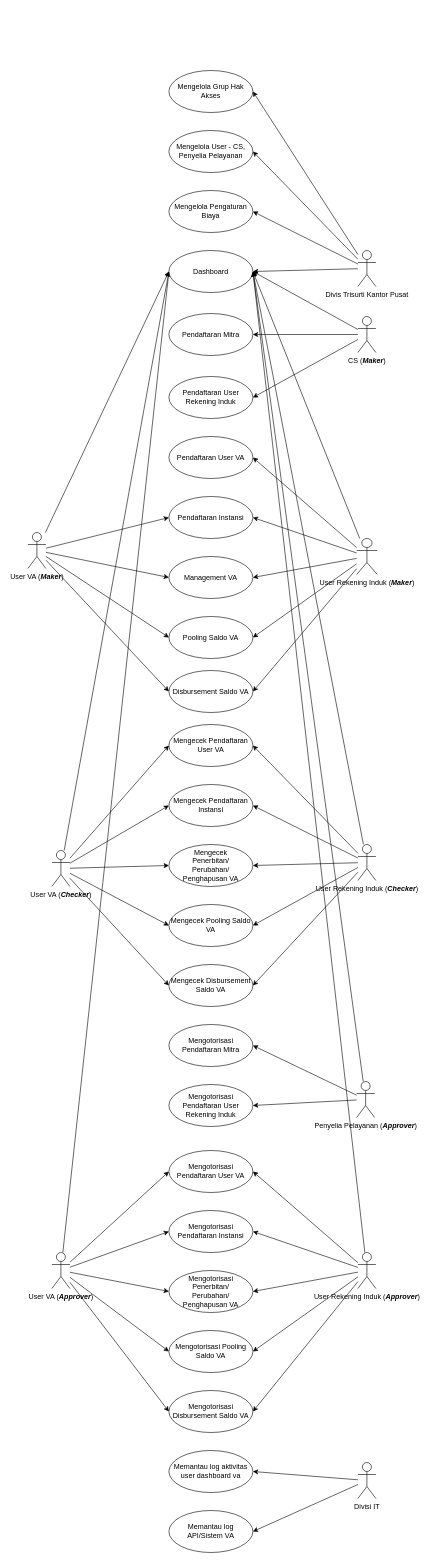
Earlier version of the draw.io diagram page "Use Case" (2 of 14) of actor-or-user-role.drawio (aribrilliantsyah/fsd_va_bpd_diy). Source tidied: cells renumbered, new cells numbered last; positions are measured from the earlier drawing's top-left corner, leaving out a move shared by most shapes. Both pictures are drawn from the tidied source at 60%, with x=0, y=0 at pixel (28, 70).
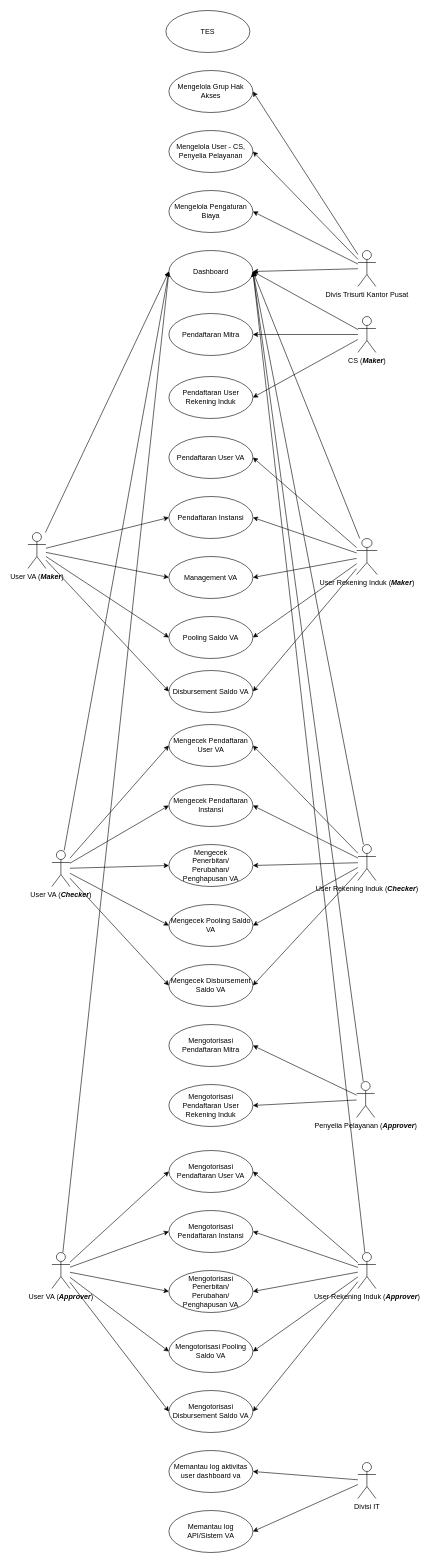
The same diagram, later.

Change to the diagram source:
```diff
@@
+    <mxCell id="84" value="TES" style="ellipse;whiteSpace=wrap;html=1;" parent="1" vertex="1">
+      <mxGeometry x="230" y="-100" width="140" height="70" as="geometry" />
+    </mxCell>
```
